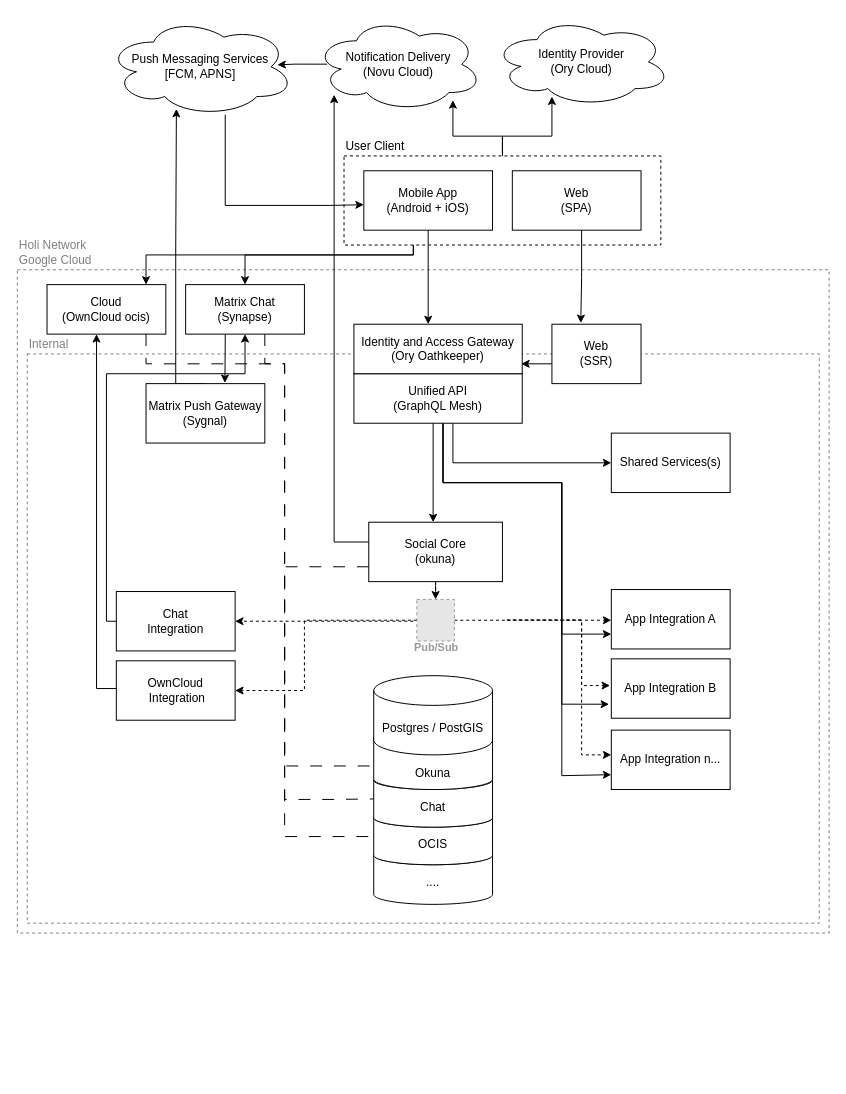
holi-social/app.gitlab-pages.holi.team keeps this draw.io diagram as docs/img/architecture-overview.drawio. Above is the earlier version. Source tidied: cells renumbered, new cells numbered last; positions are measured from the earlier drawing's top-left corner, leaving out a move shared by most shapes. Both pictures are drawn from the tidied source at 99%, with x=0, y=0 at pixel (17, 17). Pictures stored in the file or linked from it are replaced by grey dashed boxes.
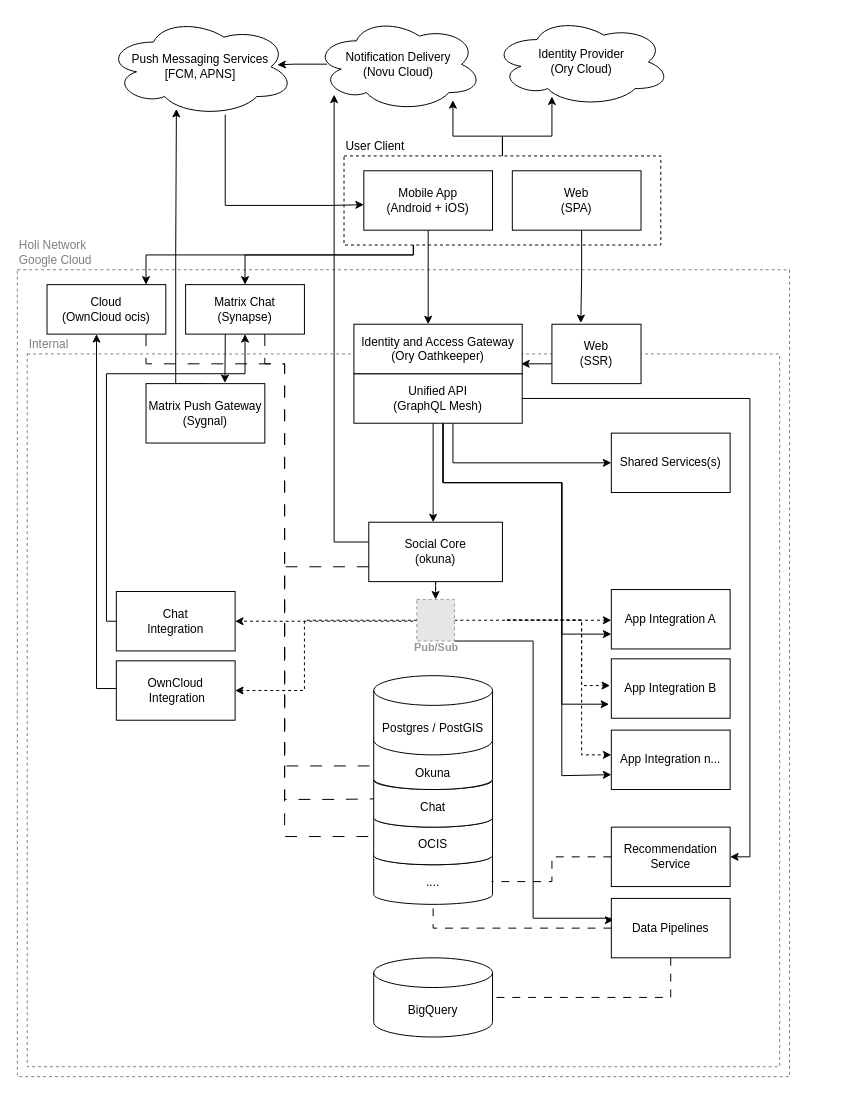
Above is the later version.

Commit message (it also covers changes not shown here):
HOLI-9508: include data pipeline and reco service into architecture overview

The change refers to these unchanged cells:
```xml
<mxCell id="6" value="&lt;br&gt;...." style="strokeWidth=1;html=1;shape=mxgraph.flowchart.database;whiteSpace=wrap;shadow=0;" parent="1" vertex="1">
  <mxGeometry x="360" y="836" width="120" height="60" as="geometry" />
</mxCell>
<mxCell id="17" value="Unified API&lt;br&gt;(GraphQL Mesh)" style="rounded=0;whiteSpace=wrap;html=1;" parent="1" vertex="1">
  <mxGeometry x="340" y="360" width="170" height="50" as="geometry" />
</mxCell>
<mxCell id="39" value="Pub/Sub" style="fillColor=#E6E6E6;strokeColor=#999999;dashed=1;html=1;verticalAlign=top;labelPosition=center;verticalLabelPosition=bottom;align=center;spacingTop=-6;fontSize=11;fontStyle=1;fontColor=#999999;" parent="1" vertex="1">
  <mxGeometry x="403.5" y="588" width="38" height="42" as="geometry" />
</mxCell>
```

Diff of the diagram source:
```diff
@@
     <mxCell id="4" value="Holi Network&lt;br&gt;&lt;div&gt;Google Cloud&lt;/div&gt;" style="rounded=0;whiteSpace=wrap;html=1;labelPosition=center;verticalLabelPosition=top;align=left;verticalAlign=bottom;dashed=1;glass=0;shadow=0;perimeterSpacing=0;strokeWidth=1;fillColor=none;opacity=50;fontColor=#808080;" parent="1" vertex="1">
-      <mxGeometry y="255" width="820" height="670" as="geometry" />
+      <mxGeometry y="255" width="780" height="815" as="geometry" />
     </mxCell>
     <mxCell id="5" value="Internal" style="rounded=0;whiteSpace=wrap;html=1;labelPosition=center;verticalLabelPosition=top;align=left;verticalAlign=bottom;dashed=1;glass=0;shadow=0;perimeterSpacing=0;strokeWidth=1;fillColor=none;opacity=50;fontColor=#808080;" parent="1" vertex="1">
-      <mxGeometry x="10" y="340" width="800" height="575" as="geometry" />
+      <mxGeometry x="10" y="340" width="760" height="720" as="geometry" />
     </mxCell>
@@
+    <mxCell id="58" style="edgeStyle=orthogonalEdgeStyle;rounded=0;jettySize=auto;html=1;entryX=1;entryY=0.5;entryDx=0;entryDy=0;" parent="1" edge="1" source="17" target="61">
+      <mxGeometry relative="1" as="geometry" />
+    </mxCell>
@@
+    <mxCell id="59" style="edgeStyle=orthogonalEdgeStyle;rounded=0;jettySize=auto;html=1;entryX=0.017;entryY=0.367;entryDx=0;entryDy=0;entryPerimeter=0;" parent="1" edge="1" source="39" target="60">
+      <mxGeometry relative="1" as="geometry">
+        <Array as="points">
+          <mxPoint x="521" y="630" />
+          <mxPoint x="521" y="910" />
+          <mxPoint x="600" y="910" />
+          <mxPoint x="600" y="912" />
+        </Array>
+      </mxGeometry>
+    </mxCell>
@@
+    <mxCell id="60" value="Data Pipelines" style="rounded=0;whiteSpace=wrap;html=1;" parent="1" vertex="1">
+      <mxGeometry x="600" y="890" width="120" height="60" as="geometry" />
+    </mxCell>
+    <mxCell id="61" value="Recommendation Service" style="rounded=0;whiteSpace=wrap;html=1;" parent="1" vertex="1">
+      <mxGeometry x="600" y="818" width="120" height="60" as="geometry" />
+    </mxCell>
+    <mxCell id="62" style="edgeStyle=orthogonalEdgeStyle;rounded=0;jettySize=auto;html=1;entryX=0.992;entryY=0.617;entryDx=0;entryDy=0;entryPerimeter=0;endArrow=none;endFill=0;dashed=1;dashPattern=8 8;" parent="1" edge="1" source="61" target="6">
+      <mxGeometry relative="1" as="geometry" />
+    </mxCell>
+    <mxCell id="63" style="edgeStyle=orthogonalEdgeStyle;rounded=0;jettySize=auto;html=1;entryX=0.5;entryY=1;entryDx=0;entryDy=0;entryPerimeter=0;endArrow=none;endFill=0;dashed=1;dashPattern=8 8;" parent="1" edge="1" source="60" target="6">
+      <mxGeometry relative="1" as="geometry">
+        <Array as="points">
+          <mxPoint x="420" y="920" />
+        </Array>
+      </mxGeometry>
+    </mxCell>
+    <mxCell id="64" value="BigQuery" style="shape=cylinder3;whiteSpace=wrap;html=1;boundedLbl=1;backgroundOutline=1;size=15;spacing=2;strokeWidth=1;" parent="1" vertex="1">
+      <mxGeometry x="360" y="950" width="120" height="80" as="geometry" />
+    </mxCell>
+    <mxCell id="65" style="edgeStyle=orthogonalEdgeStyle;rounded=0;jettySize=auto;html=1;entryX=1;entryY=0.5;entryDx=0;entryDy=0;entryPerimeter=0;endArrow=none;endFill=0;dashed=1;dashPattern=8 8;" parent="1" edge="1" source="60" target="64">
+      <mxGeometry relative="1" as="geometry">
+        <Array as="points">
+          <mxPoint x="660" y="990" />
+        </Array>
+      </mxGeometry>
+    </mxCell>
```
